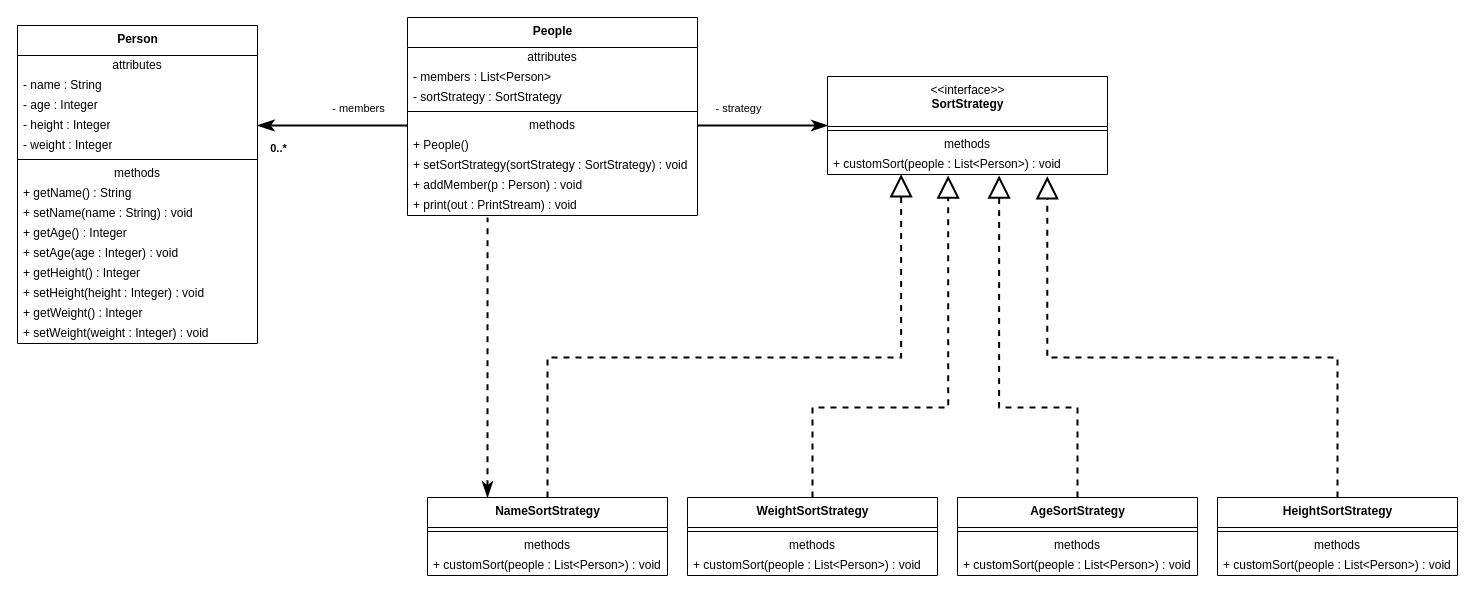
Earlier version of the draw.io diagram Lab10_Behavior_Design_Patterns_2/uml_diagram/Lab10_UML.drawio (nontapanr/SoftArchDesign). Source tidied: cells renumbered, new cells numbered last; positions are measured from the earlier drawing's top-left corner, leaving out a move shared by most shapes. Both pictures are drawn from the tidied source at 100%, with x=0, y=0 at pixel (17, 17).
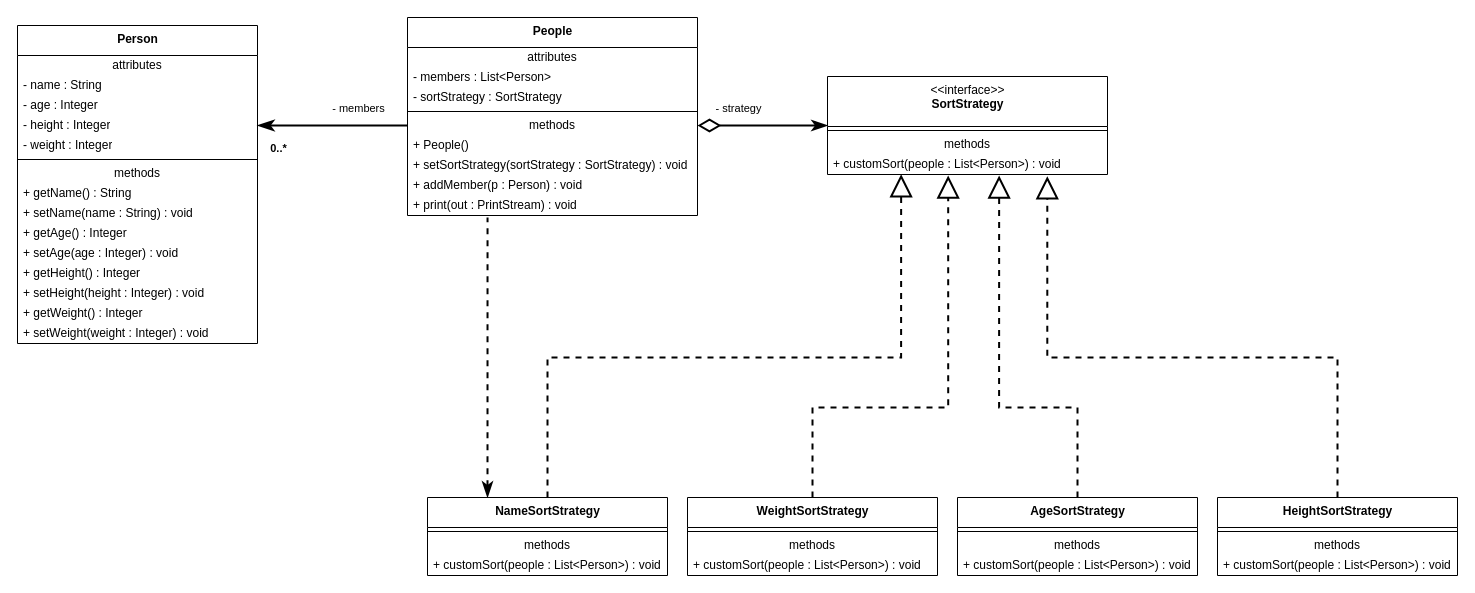
After the change.

The change refers to these unchanged cells:
```xml
<mxCell id="2" value="&amp;lt;&amp;lt;interface&amp;gt;&amp;gt;&lt;br&gt;&lt;b&gt;SortStrategy&lt;/b&gt;" style="swimlane;fontStyle=0;align=center;verticalAlign=top;horizontal=1;startSize=50;html=1;" parent="1" vertex="1">
  <mxGeometry x="810" y="59" width="280" height="98" as="geometry" />
</mxCell>
<mxCell id="32" value="methods" style="text;html=1;strokeColor=none;fillColor=none;align=center;verticalAlign=middle;spacingLeft=4;spacingRight=4;overflow=hidden;points=[[0,0.5],[1,0.5]];portConstraint=eastwest;" parent="27" vertex="1">
  <mxGeometry y="98" width="290" height="20" as="geometry" />
</mxCell>
```

Diff of the diagram source:
```diff
@@
-    <mxCell id="53" style="edgeStyle=none;rounded=0;jettySize=auto;html=1;exitX=1;exitY=0.5;exitDx=0;exitDy=0;entryX=0;entryY=0.5;entryDx=0;entryDy=0;endArrow=classicThin;endFill=1;startSize=18;endSize=10;strokeColor=default;strokeWidth=2;startArrow=none;startFill=0;" parent="1" edge="1" source="32" target="2">
+    <mxCell id="53" style="edgeStyle=none;rounded=0;jettySize=auto;html=1;exitX=1;exitY=0.5;exitDx=0;exitDy=0;entryX=0;entryY=0.5;entryDx=0;entryDy=0;endArrow=classicThin;endFill=1;startSize=18;endSize=10;strokeColor=default;strokeWidth=2;startArrow=diamondThin;startFill=0;" parent="1" edge="1" source="32" target="2">
       <mxGeometry relative="1" as="geometry" />
     </mxCell>
```
